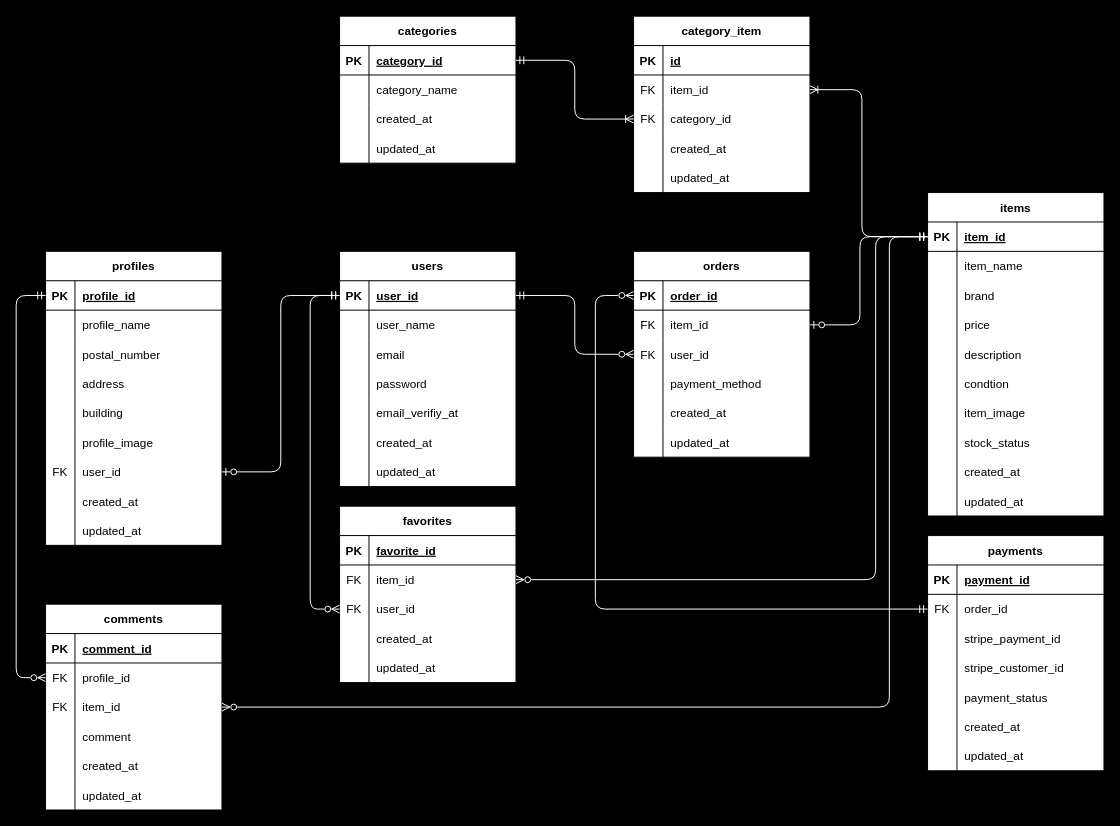
Above: flea_markets_er.dio in ayuka-maruyama/coachtech_flea_markets (draw.io), before the change. Source tidied: cells renumbered, new cells numbered last; positions are measured from the earlier drawing's top-left corner, leaving out a move shared by most shapes. Both pictures are drawn from the tidied source at 98%, with x=0, y=0 at pixel (16, 16).
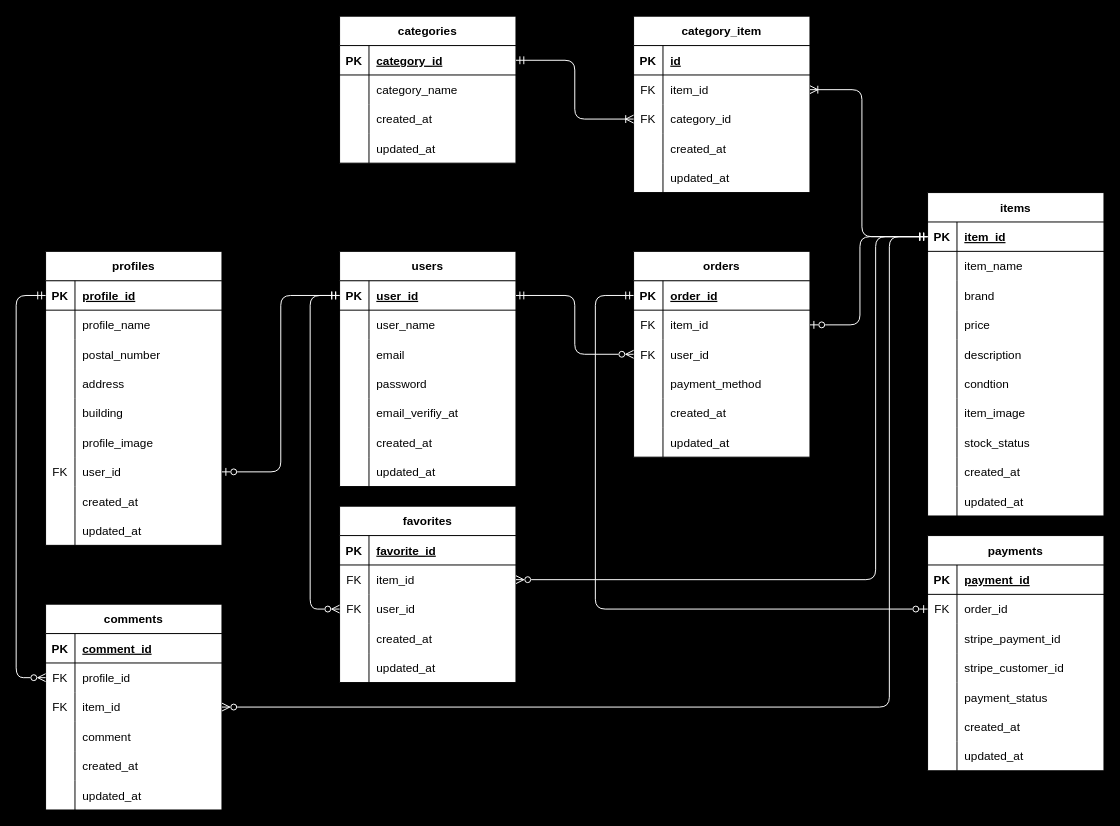
Above is the later version.

Commit message:
ordersテーブルとpaymentsテーブルのリレーションを修正

フリマアプリで商品が1つしかないと想定されることから、ordersテーブルとpaymentsテーブルは1対1（または0）になると思われるため修正

The change refers to these unchanged cells:
```xml
<mxCell id="87" style="shape=tableRow;horizontal=0;startSize=0;swimlaneHead=0;swimlaneBody=0;fillColor=none;points=[[0,0.5],[1,0.5]];portConstraint=eastwest;top=0;left=0;right=0;bottom=1;" parent="86" vertex="1">
  <mxGeometry y="30" width="180" height="30" as="geometry" />
</mxCell>
<mxCell id="140" style="shape=tableRow;horizontal=0;startSize=0;swimlaneHead=0;swimlaneBody=0;fillColor=none;points=[[0,0.5],[1,0.5]];portConstraint=eastwest;top=0;left=0;right=0;bottom=0;" parent="136" vertex="1">
  <mxGeometry y="60" width="180" height="30" as="geometry" />
</mxCell>
```

Change to the diagram source:
```diff
@@
-    <mxCell id="197" style="edgeStyle=orthogonalEdgeStyle;html=1;exitX=0;exitY=0.5;exitDx=0;exitDy=0;entryX=0;entryY=0.5;entryDx=0;entryDy=0;endArrow=ERzeroToMany;endFill=0;startArrow=ERmandOne;startFill=0;strokeColor=#FFFFFF;" parent="1" edge="1" source="140" target="87">
+    <mxCell id="197" style="edgeStyle=orthogonalEdgeStyle;html=1;exitX=0;exitY=0.5;exitDx=0;exitDy=0;entryX=0;entryY=0.5;entryDx=0;entryDy=0;endArrow=ERmandOne;endFill=0;startArrow=ERzeroToOne;startFill=0;strokeColor=#FFFFFF;" parent="1" edge="1" source="140" target="87">
       <mxGeometry relative="1" as="geometry">
         <Array as="points">
           <mxPoint x="591" y="605" />
           <mxPoint x="591" y="285" />
         </Array>
       </mxGeometry>
     </mxCell>
```
